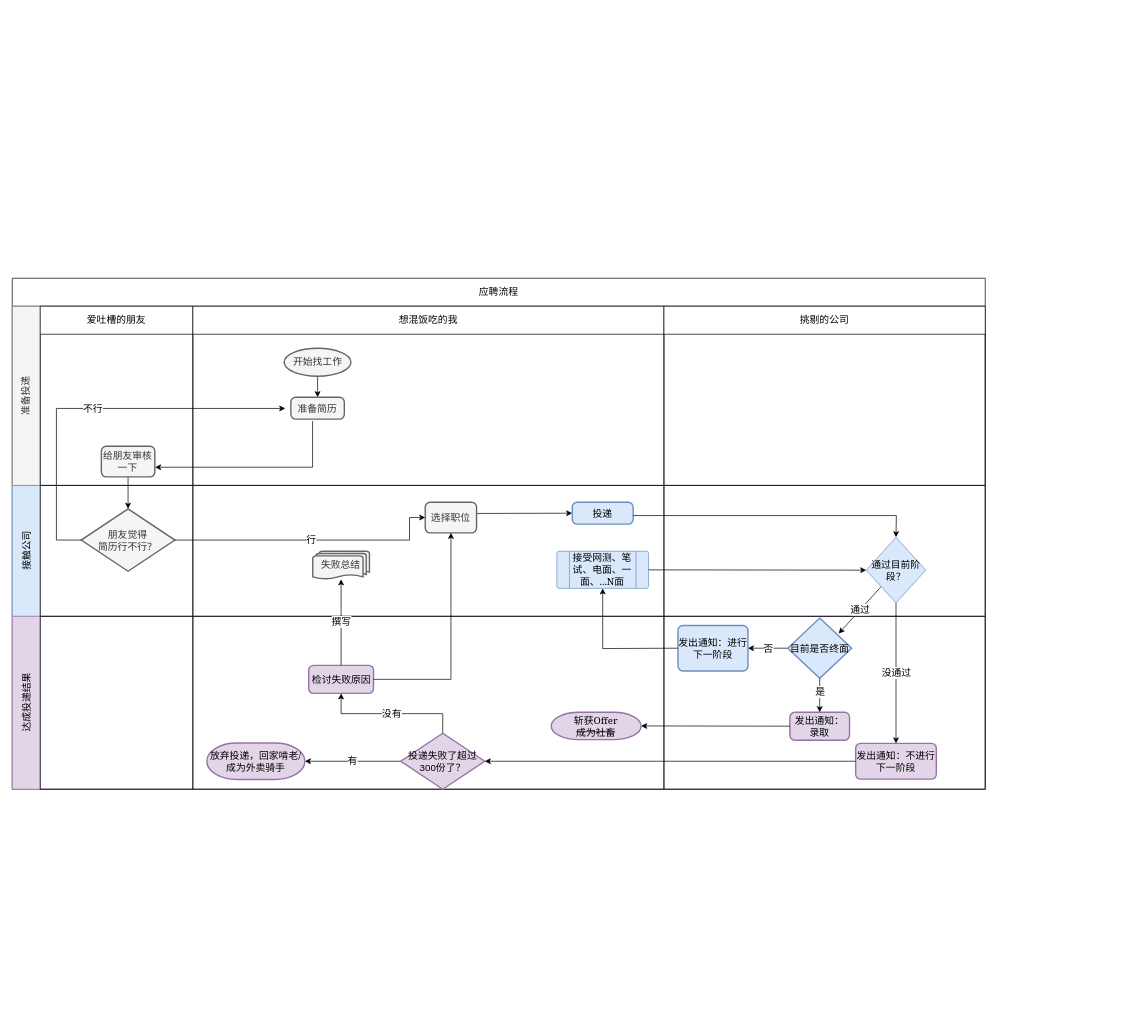
This is crossJobSeeking.drawio from Ryuuko/drawIo, a draw.io file, before an edit. Source tidied: cells renumbered, new cells numbered last; positions are measured from the earlier drawing's top-left corner, leaving out a move shared by most shapes. Both pictures are drawn from the tidied source at 70%, with x=0, y=0 at pixel (12, 12).
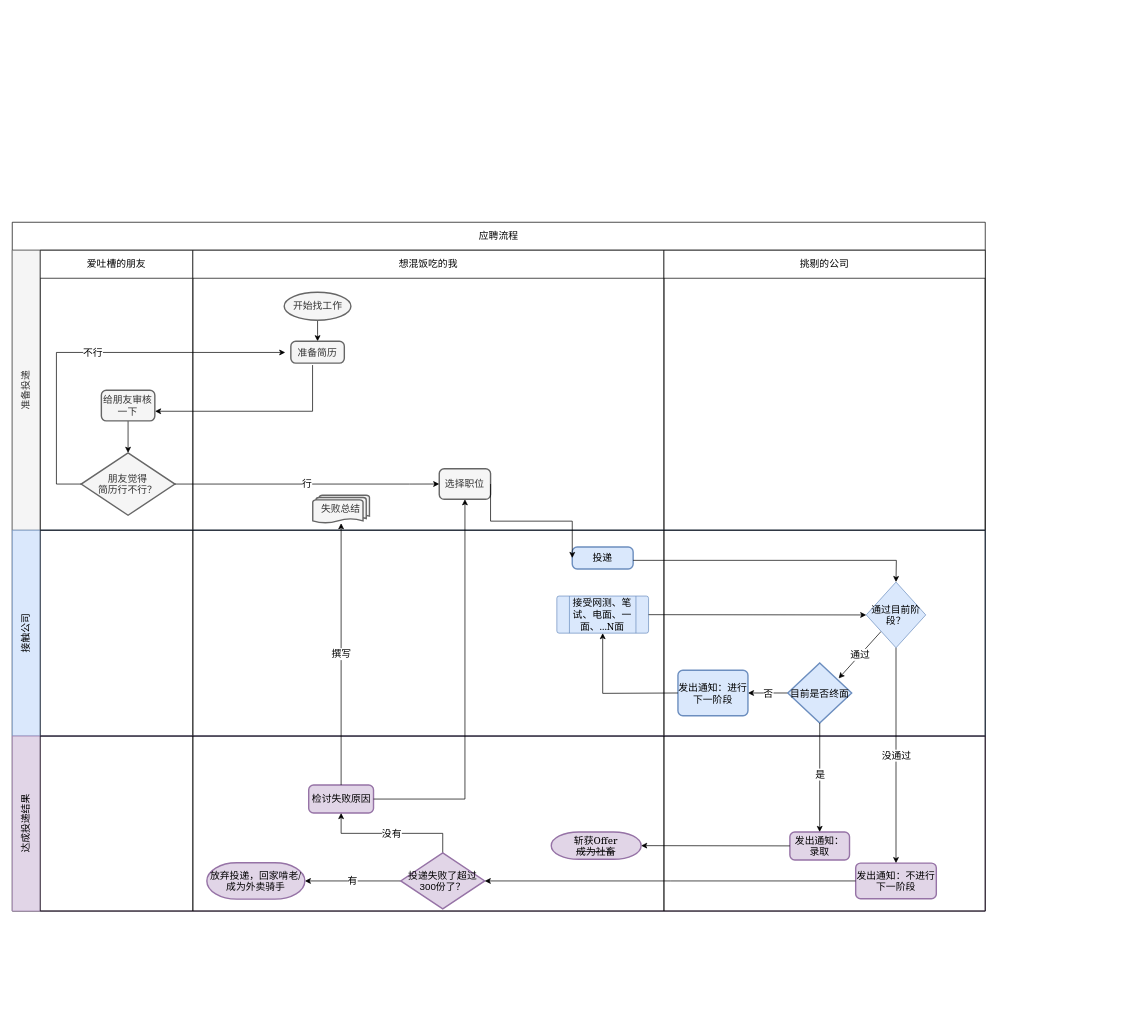
The same page after the edit.

Unchanged cells that the change refers to:
```xml
<mxCell id="9" value="朋友觉得&lt;br style=&quot;font-size: 14px;&quot;&gt;简历行不行？" style="strokeWidth=2;html=1;shape=mxgraph.flowchart.decision;whiteSpace=wrap;fontSize=14;fontFamily=Georgia;fillColor=#f5f5f5;strokeColor=#666666;fontColor=#333333;" parent="6" vertex="1">
  <mxGeometry x="58.5" y="289.4" width="133.9" height="89.2" as="geometry" />
</mxCell>
<mxCell id="24" value="投递" style="rounded=1;whiteSpace=wrap;html=1;absoluteArcSize=1;arcSize=14;strokeWidth=2;fontSize=14;fontFamily=Georgia;fillColor=#dae8fc;strokeColor=#6c8ebf;" parent="20" vertex="1">
  <mxGeometry x="542" y="24" width="87" height="31.3" as="geometry" />
</mxCell>
```

The edit, as a diff of the source:
```diff
@@
-    <mxCell id="2" style="group;fontStyle=0;" parent="1" vertex="1">
-      <mxGeometry x="80" width="1520" height="1430" as="geometry" />
-    </mxCell>
-    <mxCell id="3" style="group;" parent="2" vertex="1">
-      <mxGeometry x="-80" y="380" width="1380" height="830" as="geometry" />
-    </mxCell>
-    <mxCell id="4" value="应聘流程" style="shape=table;childLayout=tableLayout;rowLines=0;columnLines=0;startSize=40;html=1;whiteSpace=wrap;fontStyle=0;fontSize=14;" parent="3" vertex="1">
-      <mxGeometry width="1390" height="730" as="geometry" />
+    <mxCell id="4" value="应聘流程" style="shape=table;childLayout=tableLayout;rowLines=0;columnLines=0;startSize=40;html=1;whiteSpace=wrap;fontStyle=0;fontSize=14;" parent="1" vertex="1">
+      <mxGeometry y="300" width="1390" height="984" as="geometry" />
     </mxCell>
     <mxCell id="5" value="&lt;span style=&quot;font-weight: normal&quot;&gt;准备投递&lt;/span&gt;" style="swimlane;horizontal=0;startSize=40;html=1;whiteSpace=wrap;fontSize=14;fillColor=#f5f5f5;strokeColor=#666666;fontColor=#333333;" parent="4" vertex="1">
-      <mxGeometry y="40" width="1390" height="256" as="geometry" />
+      <mxGeometry y="40" width="1390" height="400" as="geometry" />
     </mxCell>
     <mxCell id="6" value="&lt;span style=&quot;font-weight: normal&quot;&gt;爱吐槽的朋友&lt;/span&gt;" style="swimlane;startSize=40;html=1;whiteSpace=wrap;fontSize=14;" parent="5" vertex="1">
-      <mxGeometry x="40" width="218" height="256" as="geometry" />
+      <mxGeometry x="40" width="218" height="400" as="geometry" />
     </mxCell>
@@
     <mxCell id="10" value="&lt;span style=&quot;font-weight: normal&quot;&gt;想混饭吃的我&lt;/span&gt;" style="swimlane;startSize=40;html=1;whiteSpace=wrap;fontSize=14;" parent="5" vertex="1">
-      <mxGeometry x="258" width="673" height="256" as="geometry" />
+      <mxGeometry x="258" width="673" height="400" as="geometry" />
     </mxCell>
@@
+    <mxCell id="23" value="&lt;font style=&quot;font-size: 14px;&quot;&gt;选择职位&lt;/font&gt;" style="rounded=1;whiteSpace=wrap;html=1;absoluteArcSize=1;arcSize=14;strokeWidth=2;fontSize=14;fontFamily=Georgia;fillColor=#f5f5f5;strokeColor=#666666;fontColor=#333333;" parent="10" vertex="1">
+      <mxGeometry x="352" y="312.1" width="73.3" height="43.7" as="geometry" />
+    </mxCell>
@@
     <mxCell id="15" value="&lt;span style=&quot;font-weight: normal&quot;&gt;挑剔的公司&lt;/span&gt;" style="swimlane;startSize=40;html=1;whiteSpace=wrap;fontSize=14;" parent="5" vertex="1">
-      <mxGeometry x="931" width="459" height="256" as="geometry" />
+      <mxGeometry x="931" width="459" height="400" as="geometry" />
     </mxCell>
@@
+    <mxCell id="54" value="行" style="edgeStyle=elbowEdgeStyle;rounded=0;jettySize=auto;html=1;fontSize=14;entryX=0;entryY=0.5;entryDx=0;entryDy=0;exitX=1;exitY=0.5;exitDx=0;exitDy=0;exitPerimeter=0;" parent="5" edge="1" source="9" target="23">
+      <mxGeometry relative="1" as="geometry">
+        <Array as="points">
+          <mxPoint x="567.5" y="339.3" />
+          <mxPoint x="507.5" y="339.3" />
+        </Array>
+      </mxGeometry>
+    </mxCell>
     <mxCell id="18" value="&lt;span style=&quot;font-weight: normal&quot;&gt;接触公司&lt;/span&gt;" style="swimlane;horizontal=0;startSize=40;html=1;whiteSpace=wrap;fontSize=14;fillColor=#dae8fc;strokeColor=#6c8ebf;" parent="4" vertex="1">
-      <mxGeometry y="296" width="1390" height="187" as="geometry" />
+      <mxGeometry y="440" width="1390" height="294" as="geometry" />
     </mxCell>
     <mxCell id="19" style="swimlane;startSize=0;html=1;whiteSpace=wrap;fontSize=14;" parent="18" vertex="1">
-      <mxGeometry x="40" width="218" height="187" as="geometry" />
+      <mxGeometry x="40" width="218" height="294" as="geometry" />
     </mxCell>
     <mxCell id="20" style="swimlane;startSize=0;html=1;whiteSpace=wrap;fontSize=14;" parent="18" vertex="1">
-      <mxGeometry x="258" width="673" height="187" as="geometry" />
+      <mxGeometry x="258" width="673" height="294" as="geometry" />
     </mxCell>
@@
-    <mxCell id="22" style="rounded=0;jettySize=auto;elbow=vertical;html=1;entryX=0;entryY=0.5;entryDx=0;entryDy=0;fontSize=14;" parent="20" edge="1" target="24">
-      <mxGeometry relative="1" as="geometry">
-        <mxPoint x="405" y="40" as="sourcePoint" />
-      </mxGeometry>
-    </mxCell>
-    <mxCell id="23" value="&lt;font style=&quot;font-size: 14px;&quot;&gt;选择职位&lt;/font&gt;" style="rounded=1;whiteSpace=wrap;html=1;absoluteArcSize=1;arcSize=14;strokeWidth=2;fontSize=14;fontFamily=Georgia;fillColor=#f5f5f5;strokeColor=#666666;fontColor=#333333;" parent="20" vertex="1">
-      <mxGeometry x="332" y="24" width="73.3" height="43.7" as="geometry" />
-    </mxCell>
@@
     <mxCell id="26" style="swimlane;startSize=0;html=1;whiteSpace=wrap;fontSize=14;" parent="18" vertex="1">
-      <mxGeometry x="931" width="459" height="187" as="geometry" />
+      <mxGeometry x="931" width="459" height="294" as="geometry" />
     </mxCell>
@@
     <mxCell id="35" value="达成投递结果" style="swimlane;horizontal=0;startSize=40;html=1;whiteSpace=wrap;fontSize=14;fontStyle=0;fillColor=#e1d5e7;strokeColor=#9673a6;" parent="4" vertex="1">
-      <mxGeometry y="483" width="1390" height="247" as="geometry" />
+      <mxGeometry y="734" width="1390" height="250" as="geometry" />
     </mxCell>
     <mxCell id="36" style="swimlane;startSize=0;html=1;whiteSpace=wrap;fontSize=14;" parent="35" vertex="1">
-      <mxGeometry x="40" width="218" height="247" as="geometry" />
+      <mxGeometry x="40" width="218" height="250" as="geometry" />
     </mxCell>
     <mxCell id="37" style="swimlane;startSize=0;html=1;whiteSpace=wrap;fontSize=14;" parent="35" vertex="1">
-      <mxGeometry x="258" width="673" height="247" as="geometry" />
+      <mxGeometry x="258" width="673" height="250" as="geometry" />
     </mxCell>
@@
     <mxCell id="44" style="swimlane;startSize=0;html=1;whiteSpace=wrap;fontSize=14;" parent="35" vertex="1">
-      <mxGeometry x="931" width="459" height="247" as="geometry" />
+      <mxGeometry x="931" width="459" height="250" as="geometry" />
     </mxCell>
@@
-    <mxCell id="54" value="行" style="edgeStyle=elbowEdgeStyle;rounded=0;jettySize=auto;html=1;fontSize=14;entryX=0;entryY=0.5;entryDx=0;entryDy=0;exitX=1;exitY=0.5;exitDx=0;exitDy=0;exitPerimeter=0;" parent="4" edge="1" source="9" target="23">
-      <mxGeometry relative="1" as="geometry">
-        <Array as="points">
-          <mxPoint x="567.5" y="379.3" />
-          <mxPoint x="507.5" y="379.3" />
-        </Array>
-      </mxGeometry>
-    </mxCell>
@@
+    <mxCell id="22" style="rounded=0;jettySize=auto;elbow=vertical;html=1;entryX=0;entryY=0.5;entryDx=0;entryDy=0;fontSize=14;exitX=1;exitY=0.5;exitDx=0;exitDy=0;edgeStyle=elbowEdgeStyle;" parent="4" edge="1" source="23" target="24">
+      <mxGeometry relative="1" as="geometry" />
+    </mxCell>
```
